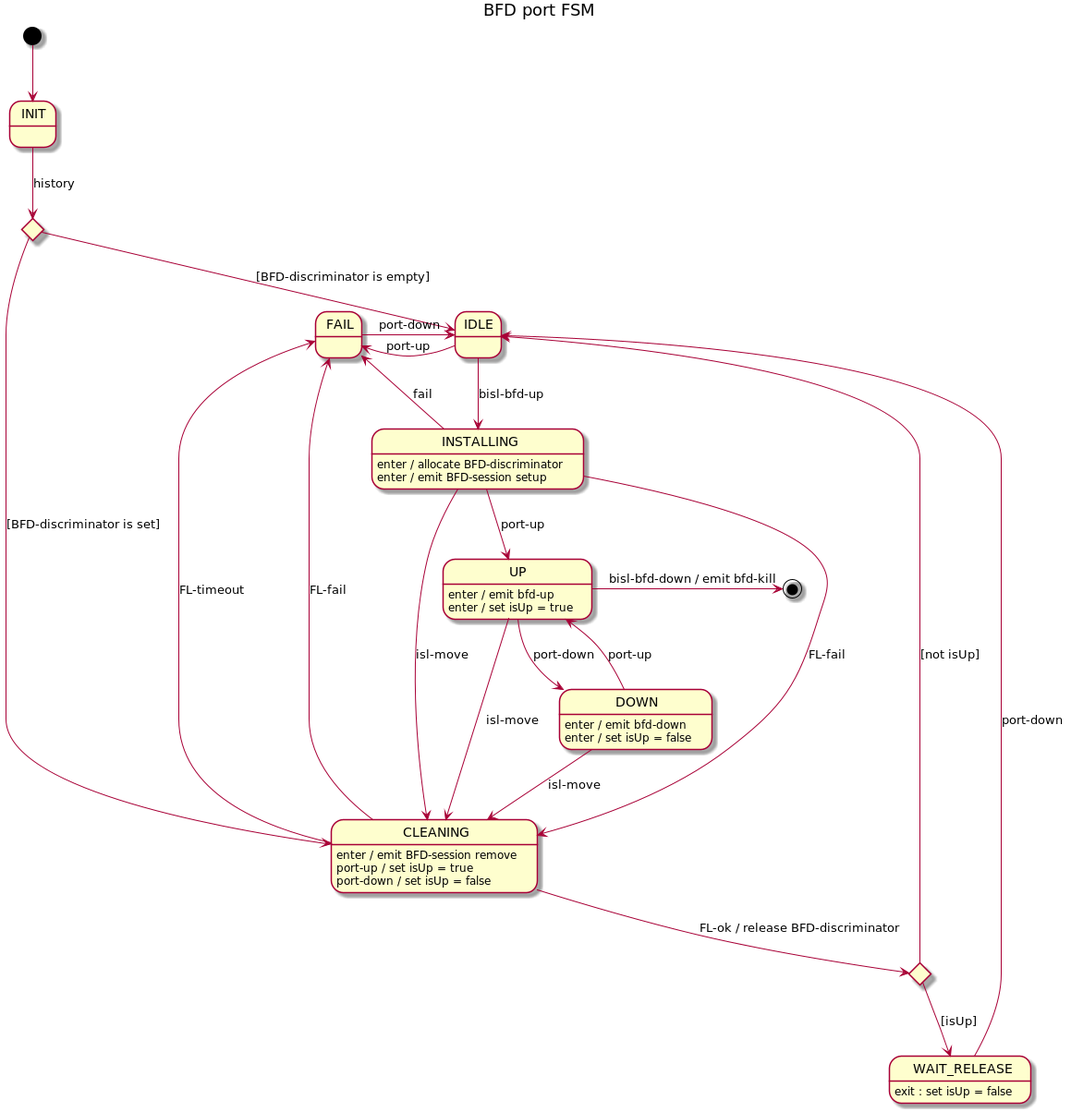
This is docs/design/network-discovery/bfd-port-FSM.png from telstra/open-kilda, a PlantUML export, as it was before one commit.
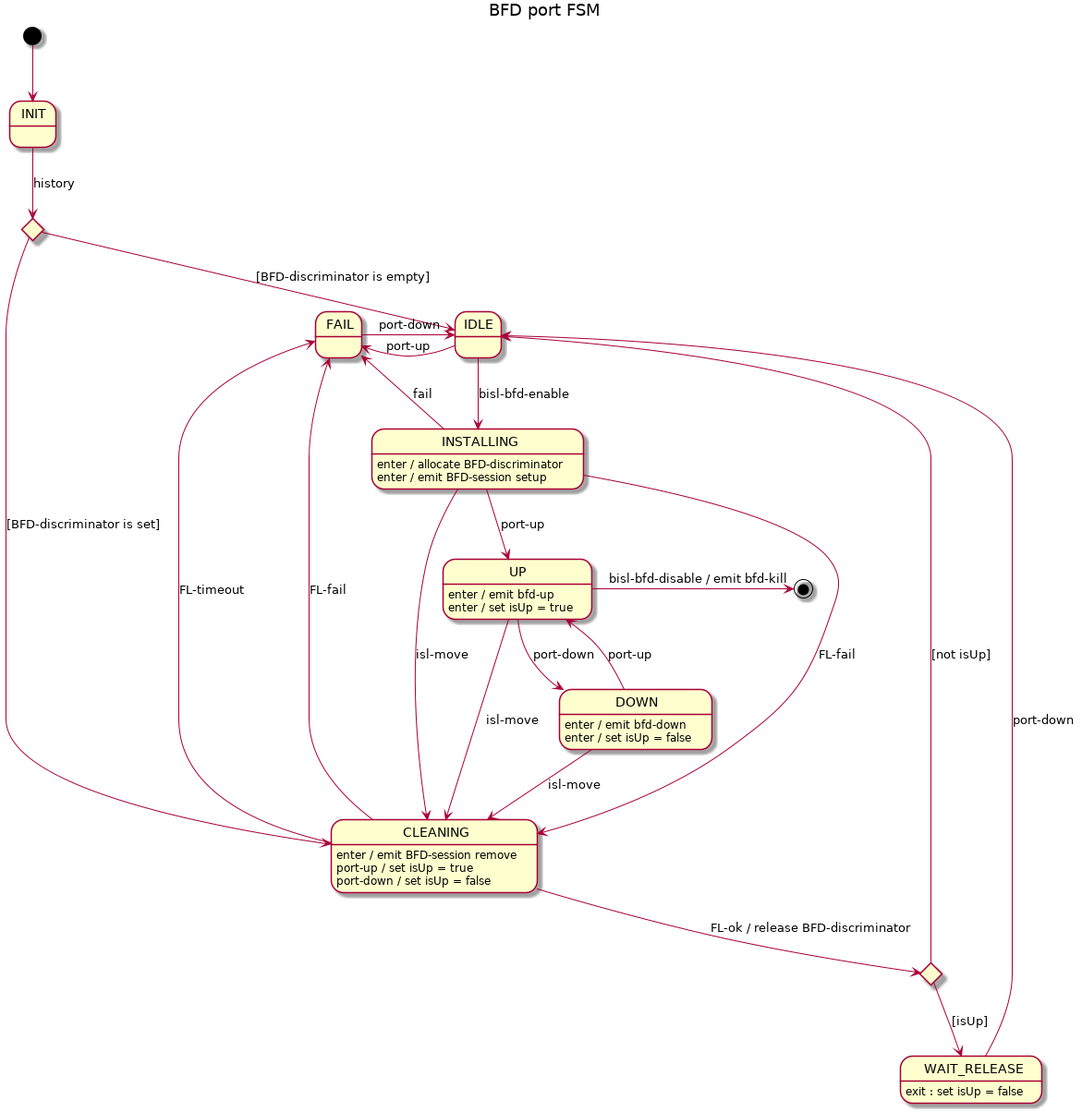
The same file after the commit.

The edit, as a diff of the source:
```diff
@@ -9,7 +9,7 @@
 initChoice --> IDLE : [BFD-discriminator is empty]
 initChoice --> CLEANING : [BFD-discriminator is set]
 
-IDLE --> INSTALLING : bisl-bfd-up
+IDLE --> INSTALLING : bisl-bfd-enable
 IDLE -l-> FAIL : port-up
 
 INSTALLING --> UP : port-up
@@ -36,7 +36,7 @@
 
 UP --> DOWN : port-down
 UP --> CLEANING : isl-move
-UP -> [*] : bisl-bfd-down / emit bfd-kill
+UP -> [*] : bisl-bfd-disable / emit bfd-kill
 UP : enter / emit bfd-up
 UP : enter / set isUp = true
 
```
